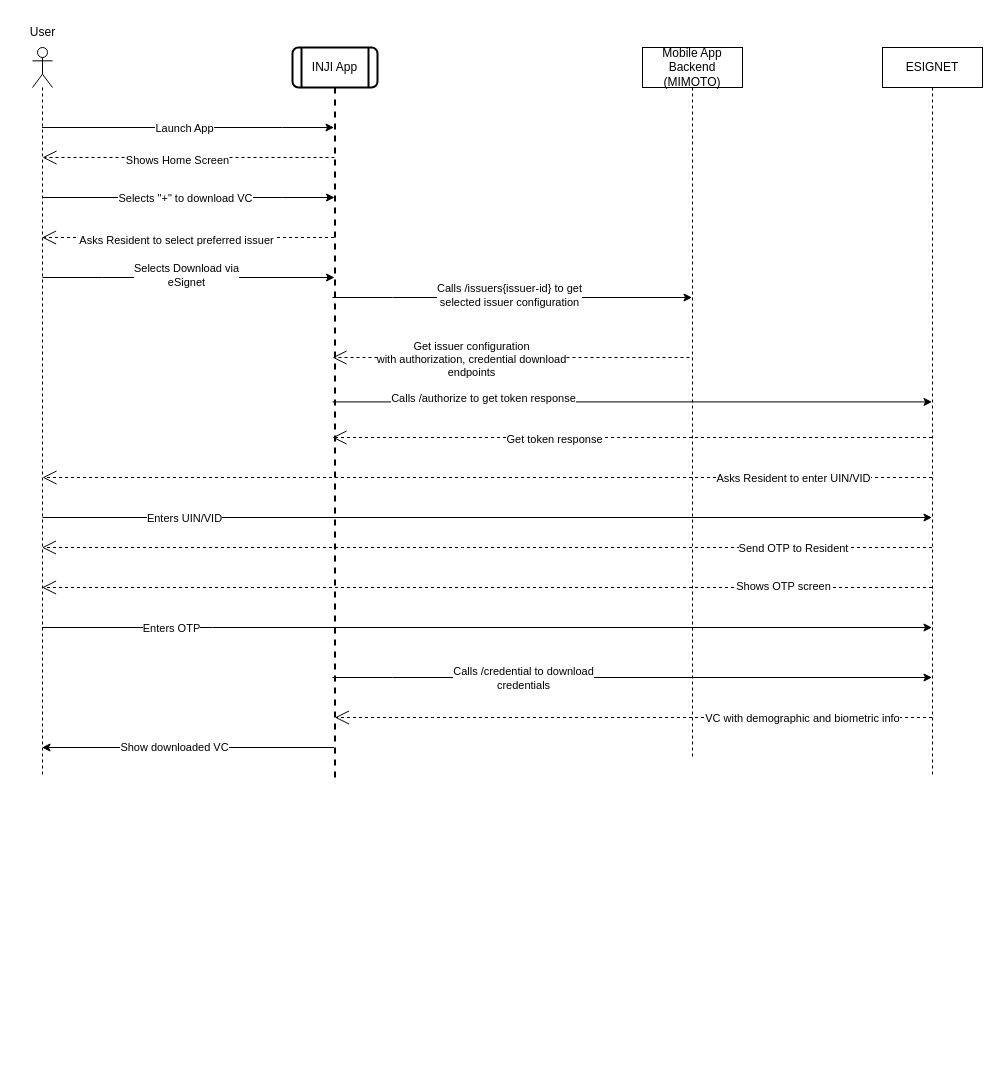
This is docs/_images/download_via_esignet.drawio from mosip/documentation, a draw.io file, before an edit. Source tidied: cells renumbered, new cells numbered last; positions are measured from the earlier drawing's top-left corner, leaving out a move shared by most shapes. Both pictures are drawn from the tidied source at 100%, with x=0, y=0 at pixel (17, 17).
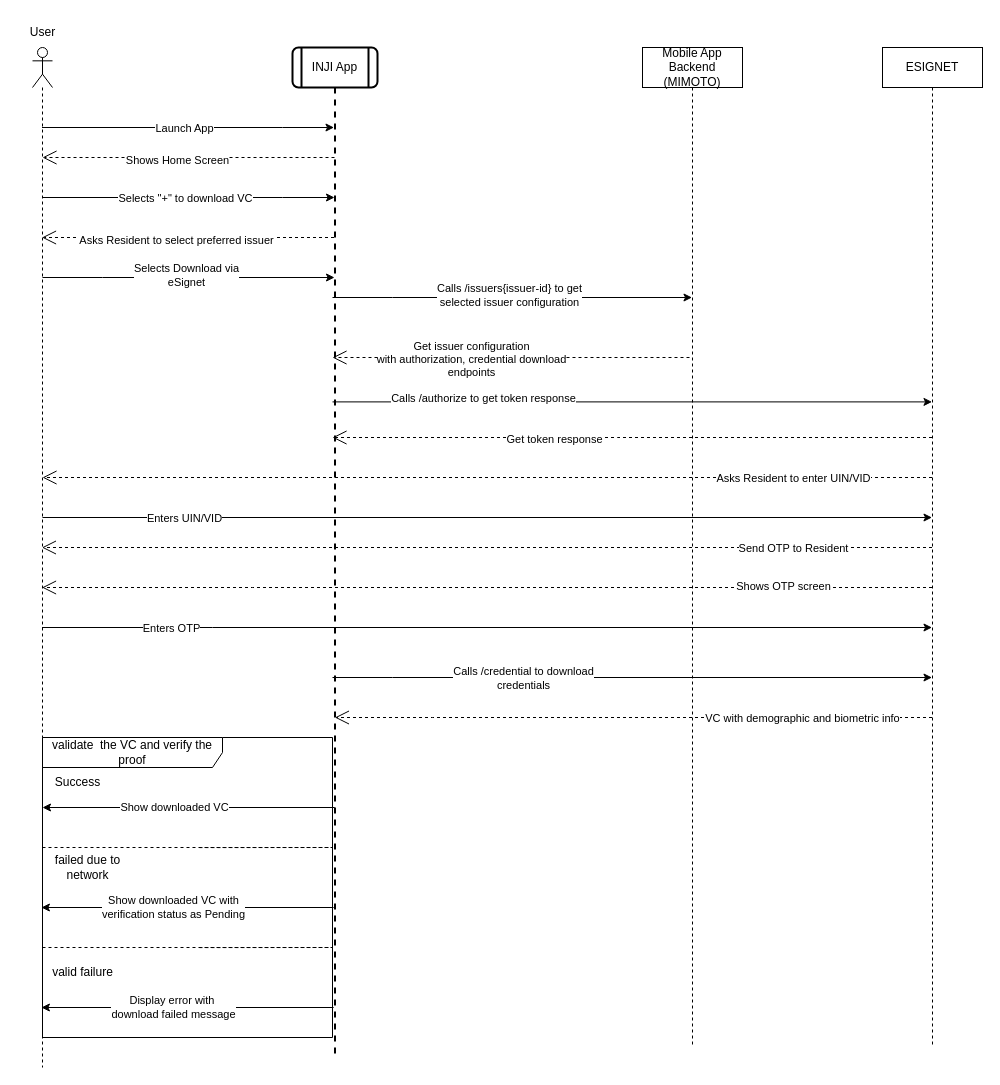
The same diagram, later.

Commit message (it also covers changes not shown here):
[INJIMOB-1335] - add vc verification step in download vc workflow

The edit, as a diff of the source:
```diff
@@
     <mxCell id="4" style="shape=umlLifeline;perimeter=lifelinePerimeter;whiteSpace=wrap;html=1;outlineConnect=0;portConstraint=eastwest;newEdgeStyle={&quot;edgeStyle&quot;:&quot;elbowEdgeStyle&quot;,&quot;elbow&quot;:&quot;vertical&quot;,&quot;curved&quot;:0,&quot;rounded&quot;:0};participant=umlActor;fontStyle=0;" parent="1" vertex="1">
-      <mxGeometry x="15" y="30" width="20" height="730" as="geometry" />
+      <mxGeometry x="15" y="30" width="20" height="1020" as="geometry" />
     </mxCell>
@@
-    <mxCell id="6" style="edgeStyle=elbowEdgeStyle;rounded=0;jettySize=auto;html=1;elbow=vertical;curved=0;" parent="1" edge="1" source="8" target="4">
+    <mxCell id="6" style="edgeStyle=elbowEdgeStyle;rounded=0;orthogonalLoop=1;jettySize=auto;html=1;elbow=vertical;curved=0;" parent="1" edge="1">
       <mxGeometry relative="1" as="geometry">
+        <mxPoint x="316.1" y="890" as="sourcePoint" />
+        <mxPoint x="23.9" y="890" as="targetPoint" />
         <Array as="points">
-          <mxPoint x="125" y="730" />
+          <mxPoint x="124.6" y="890" />
         </Array>
       </mxGeometry>
     </mxCell>
-    <mxCell id="7" value="Show downloaded VC" style="edgeLabel;html=1;align=center;verticalAlign=middle;" parent="6" vertex="1">
+    <mxCell id="7" value="Show downloaded VC with&lt;div&gt;verification status as Pending&lt;/div&gt;" style="edgeLabel;html=1;align=center;verticalAlign=middle;" parent="6" vertex="1">
       <mxGeometry x="0.4" y="-1" relative="1" as="geometry">
         <mxPoint x="44" as="offset" />
       </mxGeometry>
     </mxCell>
     <mxCell id="8" value="INJI App" style="shape=umlLifeline;perimeter=lifelinePerimeter;whiteSpace=wrap;html=1;outlineConnect=0;portConstraint=eastwest;newEdgeStyle={&quot;edgeStyle&quot;:&quot;elbowEdgeStyle&quot;,&quot;elbow&quot;:&quot;vertical&quot;,&quot;curved&quot;:0,&quot;rounded&quot;:0};participant=process;verticalAlign=middle;strokeColor=default;shadow=0;dashed=0;strokeWidth=2;labelBackgroundColor=#ffffff;fillColor=default;fontColor=default;sketch=0;gradientColor=none;fontStyle=0;rounded=1;" parent="1" vertex="1">
-      <mxGeometry x="275" y="30" width="85" height="730" as="geometry" />
+      <mxGeometry x="275" y="30" width="85" height="1010" as="geometry" />
     </mxCell>
@@
     <mxCell id="15" value="Mobile App Backend&lt;br&gt;(MIMOTO)" style="shape=umlLifeline;perimeter=lifelinePerimeter;whiteSpace=wrap;html=1;outlineConnect=0;portConstraint=eastwest;newEdgeStyle={&quot;edgeStyle&quot;:&quot;elbowEdgeStyle&quot;,&quot;elbow&quot;:&quot;vertical&quot;,&quot;curved&quot;:0,&quot;rounded&quot;:0};" parent="1" vertex="1">
-      <mxGeometry x="625" y="30" width="100" height="710" as="geometry" />
+      <mxGeometry x="625" y="30" width="100" height="1000" as="geometry" />
     </mxCell>
     <mxCell id="16" value="ESIGNET" style="shape=umlLifeline;perimeter=lifelinePerimeter;whiteSpace=wrap;html=1;outlineConnect=0;portConstraint=eastwest;newEdgeStyle={&quot;edgeStyle&quot;:&quot;elbowEdgeStyle&quot;,&quot;elbow&quot;:&quot;vertical&quot;,&quot;curved&quot;:0,&quot;rounded&quot;:0};" parent="1" vertex="1">
-      <mxGeometry x="865" y="30" width="100" height="730" as="geometry" />
+      <mxGeometry x="865" y="30" width="100" height="1000" as="geometry" />
     </mxCell>
@@
+    <mxCell id="41" value="validate&amp;nbsp; the VC and verify the proof" style="shape=umlFrame;whiteSpace=wrap;html=1;width=180;height=30;" parent="1" vertex="1">
+      <mxGeometry x="25" y="720" width="290" height="300" as="geometry" />
+    </mxCell>
+    <mxCell id="42" value="Success" style="text;html=1;align=center;verticalAlign=middle;strokeColor=none;fillColor=none;" parent="1" vertex="1">
+      <mxGeometry x="25" y="750" width="70" height="30" as="geometry" />
+    </mxCell>
+    <mxCell id="43" style="endArrow=none;dashed=1;html=1;rounded=0;" parent="1" edge="1">
+      <mxGeometry relative="1" as="geometry">
+        <mxPoint x="25" y="830" as="sourcePoint" />
+        <mxPoint x="179.2" y="830.1" as="targetPoint" />
+        <Array as="points">
+          <mxPoint x="315" y="830" />
+        </Array>
+      </mxGeometry>
+    </mxCell>
+    <mxCell id="44" value="failed due to&lt;div&gt;network&lt;/div&gt;" style="text;html=1;align=center;verticalAlign=middle;strokeColor=none;fillColor=none;" parent="1" vertex="1">
+      <mxGeometry x="25" y="830" width="90" height="40" as="geometry" />
+    </mxCell>
+    <mxCell id="45" style="edgeStyle=elbowEdgeStyle;rounded=0;orthogonalLoop=1;jettySize=auto;html=1;elbow=vertical;curved=0;" parent="1" edge="1">
+      <mxGeometry relative="1" as="geometry">
+        <mxPoint x="317.2" y="790" as="sourcePoint" />
+        <mxPoint x="25" y="790" as="targetPoint" />
+        <Array as="points">
+          <mxPoint x="125.8" y="790" />
+        </Array>
+      </mxGeometry>
+    </mxCell>
+    <mxCell id="46" value="Show downloaded VC" style="edgeLabel;html=1;align=center;verticalAlign=middle;" parent="45" vertex="1">
+      <mxGeometry x="0.4" y="-1" relative="1" as="geometry">
+        <mxPoint x="44" as="offset" />
+      </mxGeometry>
+    </mxCell>
+    <mxCell id="47" value="valid failure" style="text;html=1;align=center;verticalAlign=middle;strokeColor=none;fillColor=none;" parent="1" vertex="1">
+      <mxGeometry x="25" y="940" width="80" height="30" as="geometry" />
+    </mxCell>
+    <mxCell id="48" style="endArrow=none;dashed=1;html=1;rounded=0;" parent="1" edge="1">
+      <mxGeometry relative="1" as="geometry">
+        <mxPoint x="25" y="930" as="sourcePoint" />
+        <mxPoint x="179.2" y="930.1" as="targetPoint" />
+        <Array as="points">
+          <mxPoint x="315" y="930" />
+        </Array>
+      </mxGeometry>
+    </mxCell>
+    <mxCell id="49" style="edgeStyle=elbowEdgeStyle;rounded=0;orthogonalLoop=1;jettySize=auto;html=1;elbow=vertical;curved=0;" parent="1" edge="1">
+      <mxGeometry relative="1" as="geometry">
+        <mxPoint x="316.1" y="990" as="sourcePoint" />
+        <mxPoint x="23.9" y="990" as="targetPoint" />
+        <Array as="points">
+          <mxPoint x="124.6" y="990" />
+        </Array>
+      </mxGeometry>
+    </mxCell>
+    <mxCell id="50" value="Display error with&amp;nbsp;&lt;div&gt;download failed message&lt;/div&gt;" style="edgeLabel;html=1;align=center;verticalAlign=middle;" parent="49" vertex="1">
+      <mxGeometry x="0.4" y="-1" relative="1" as="geometry">
+        <mxPoint x="44" as="offset" />
+      </mxGeometry>
+    </mxCell>
```
